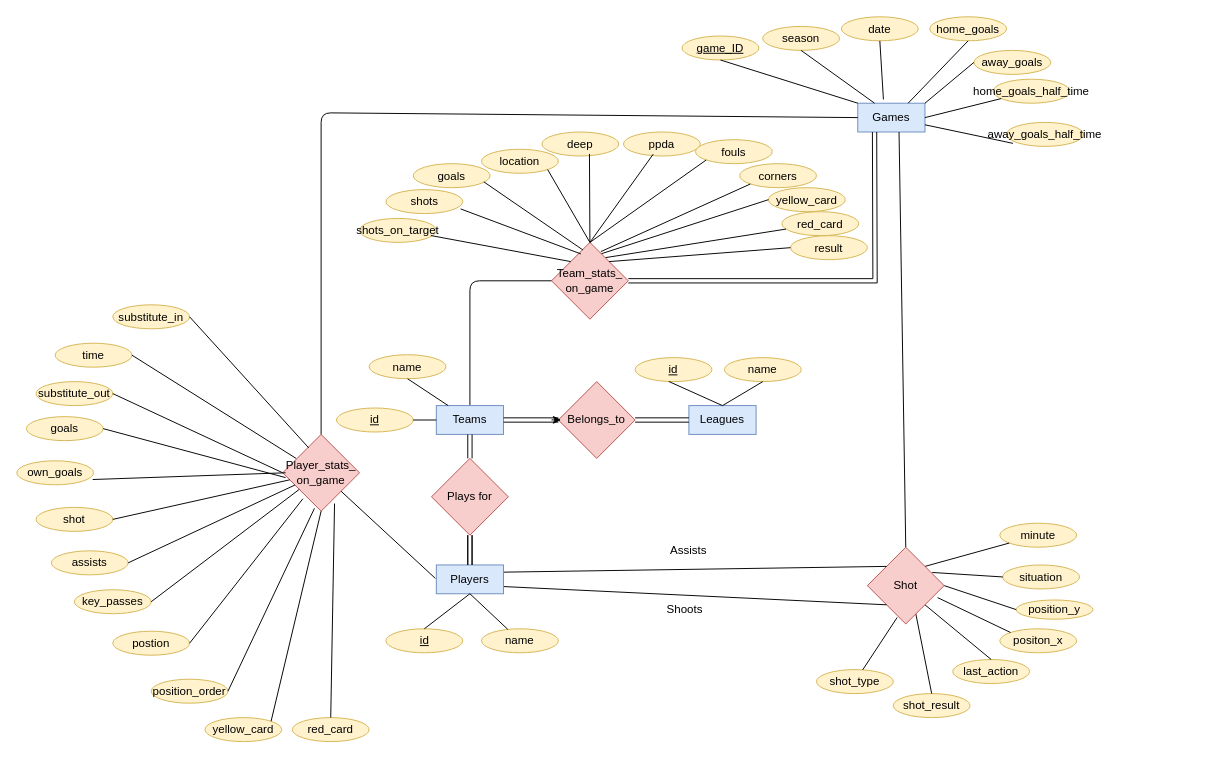
Earlier version of the draw.io diagram Main/Hito2.drawio (ricardo462/Proyecto-furbol). Source tidied: cells renumbered, new cells numbered last; positions are measured from the earlier drawing's top-left corner, leaving out a move shared by most shapes. Both pictures are drawn from the tidied source at 96%, with x=0, y=0 at pixel (16, 16).
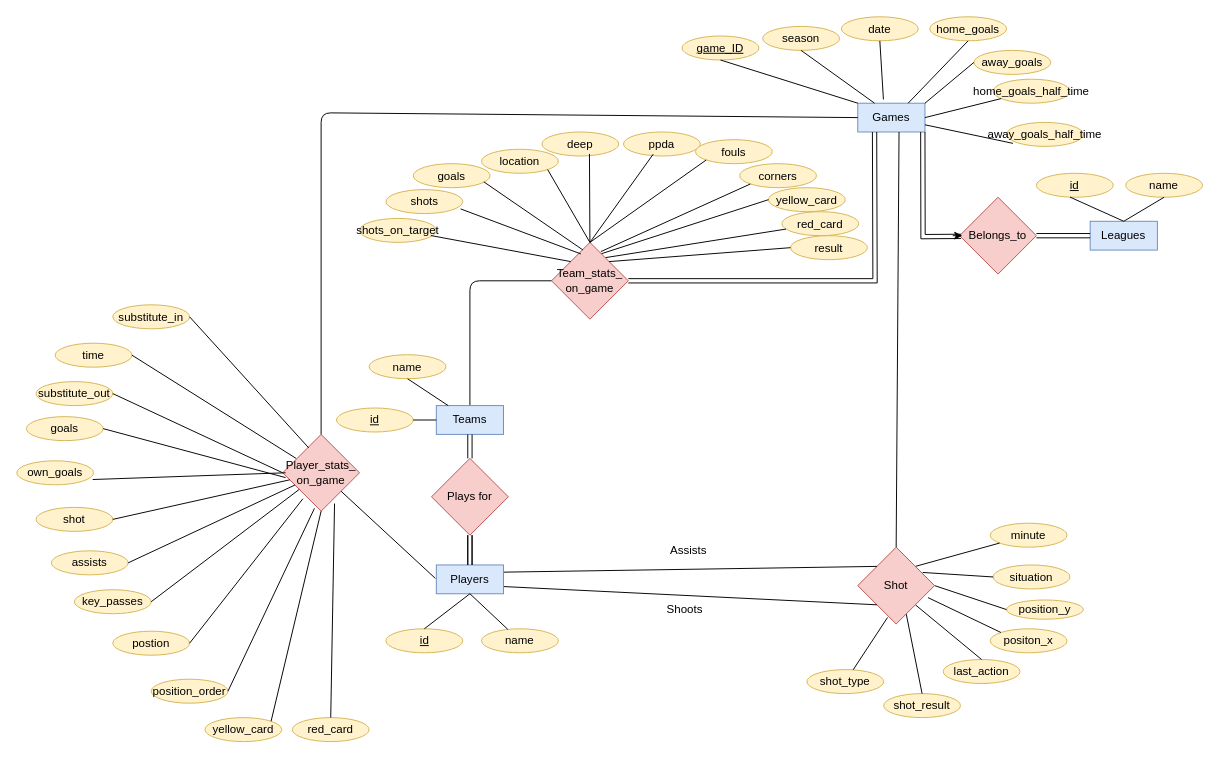
The same page after the edit.

The change refers to these unchanged cells:
```xml
<mxCell id="3" value="Games" style="rounded=0;whiteSpace=wrap;html=1;fillColor=#dae8fc;strokeColor=#6c8ebf;" parent="1" vertex="1">
  <mxGeometry x="876" y="90" width="70" height="30" as="geometry" />
</mxCell>
<mxCell id="97" value="Teams" style="rounded=0;whiteSpace=wrap;html=1;fillColor=#dae8fc;strokeColor=#6c8ebf;" parent="1" vertex="1">
  <mxGeometry x="437" y="405" width="70" height="30" as="geometry" />
</mxCell>
```

What changed in the source:
```diff
@@
-    <mxCell id="2" value="Leagues" style="rounded=0;whiteSpace=wrap;html=1;fillColor=#dae8fc;strokeColor=#6c8ebf;" parent="1" vertex="1">
-      <mxGeometry x="700.1" y="405" width="70" height="30" as="geometry" />
-    </mxCell>
@@
-    <mxCell id="4" value="name" style="ellipse;whiteSpace=wrap;html=1;fillColor=#fff2cc;strokeColor=#d6b656;" parent="1" vertex="1">
-      <mxGeometry x="737.1" y="355" width="80" height="25" as="geometry" />
-    </mxCell>
-    <mxCell id="5" style="endArrow=none;html=1;entryX=0.5;entryY=1;entryDx=0;entryDy=0;exitX=0.5;exitY=0;exitDx=0;exitDy=0;" parent="1" edge="1" source="2" target="4">
-      <mxGeometry relative="1" as="geometry" />
-    </mxCell>
@@
     <mxCell id="8" value="minute" style="ellipse;whiteSpace=wrap;html=1;fillColor=#fff2cc;strokeColor=#d6b656;" parent="1" vertex="1">
-      <mxGeometry x="1024" y="527.5" width="80" height="25" as="geometry" />
+      <mxGeometry x="1014" y="527.5" width="80" height="25" as="geometry" />
     </mxCell>
     <mxCell id="9" value="situation" style="ellipse;whiteSpace=wrap;html=1;fillColor=#fff2cc;strokeColor=#d6b656;" parent="1" vertex="1">
-      <mxGeometry x="1027" y="571" width="80" height="25" as="geometry" />
+      <mxGeometry x="1017" y="571" width="80" height="25" as="geometry" />
     </mxCell>
     <mxCell id="10" value="last_action" style="ellipse;whiteSpace=wrap;html=1;fillColor=#fff2cc;strokeColor=#d6b656;" parent="1" vertex="1">
-      <mxGeometry x="975" y="669.5" width="80" height="25" as="geometry" />
+      <mxGeometry x="965" y="669.5" width="80" height="25" as="geometry" />
     </mxCell>
     <mxCell id="11" value="shot_type" style="ellipse;whiteSpace=wrap;html=1;fillColor=#fff2cc;strokeColor=#d6b656;" parent="1" vertex="1">
-      <mxGeometry x="833" y="680" width="80" height="25" as="geometry" />
+      <mxGeometry x="823" y="680" width="80" height="25" as="geometry" />
     </mxCell>
     <mxCell id="12" value="shot_result" style="ellipse;whiteSpace=wrap;html=1;fillColor=#fff2cc;strokeColor=#d6b656;" parent="1" vertex="1">
-      <mxGeometry x="913" y="705" width="80" height="25" as="geometry" />
+      <mxGeometry x="903" y="705" width="80" height="25" as="geometry" />
     </mxCell>
     <mxCell id="13" value="positon_x" style="ellipse;whiteSpace=wrap;html=1;fillColor=#fff2cc;strokeColor=#d6b656;" parent="1" vertex="1">
-      <mxGeometry x="1024" y="637.5" width="80" height="25" as="geometry" />
+      <mxGeometry x="1014" y="637.5" width="80" height="25" as="geometry" />
     </mxCell>
     <mxCell id="14" value="position_y" style="ellipse;whiteSpace=wrap;html=1;fillColor=#fff2cc;strokeColor=#d6b656;" parent="1" vertex="1">
-      <mxGeometry x="1041" y="607.5" width="80" height="20" as="geometry" />
+      <mxGeometry x="1031" y="607.5" width="80" height="20" as="geometry" />
     </mxCell>
@@
     <mxCell id="65" value="Shot" style="rhombus;whiteSpace=wrap;html=1;fillColor=#f8cecc;strokeColor=#b85450;" parent="1" vertex="1">
-      <mxGeometry x="886" y="552.5" width="80" height="80" as="geometry" />
+      <mxGeometry x="876" y="552.5" width="80" height="80" as="geometry" />
     </mxCell>
@@
-    <mxCell id="96" value="Belongs_to" style="rhombus;whiteSpace=wrap;html=1;fillColor=#f8cecc;strokeColor=#b85450;" parent="1" vertex="1">
-      <mxGeometry x="564.1" y="380" width="80" height="80" as="geometry" />
-    </mxCell>
@@
-    <mxCell id="101" value="&lt;u&gt;id&lt;/u&gt;" style="ellipse;whiteSpace=wrap;html=1;fillColor=#fff2cc;strokeColor=#d6b656;" parent="1" vertex="1">
-      <mxGeometry x="644.1" y="355" width="80" height="25" as="geometry" />
-    </mxCell>
@@
-    <mxCell id="106" style="endArrow=none;html=1;rounded=0;entryX=0.5;entryY=0;entryDx=0;entryDy=0;exitX=0.438;exitY=0.994;exitDx=0;exitDy=0;exitPerimeter=0;" parent="1" edge="1" source="101" target="2">
-      <mxGeometry relative="1" as="geometry" />
-    </mxCell>
@@
+    <mxCell id="2" value="Leagues" style="rounded=0;whiteSpace=wrap;html=1;fillColor=#dae8fc;strokeColor=#6c8ebf;" parent="1" vertex="1">
+      <mxGeometry x="1118.1" y="213" width="70" height="30" as="geometry" />
+    </mxCell>
+    <mxCell id="4" value="name" style="ellipse;whiteSpace=wrap;html=1;fillColor=#fff2cc;strokeColor=#d6b656;" parent="1" vertex="1">
+      <mxGeometry x="1155.1" y="163" width="80" height="25" as="geometry" />
+    </mxCell>
+    <mxCell id="5" style="endArrow=none;html=1;entryX=0.5;entryY=1;entryDx=0;entryDy=0;exitX=0.5;exitY=0;exitDx=0;exitDy=0;" parent="1" edge="1" source="2" target="4">
+      <mxGeometry relative="1" as="geometry" />
+    </mxCell>
+    <mxCell id="96" value="Belongs_to" style="rhombus;whiteSpace=wrap;html=1;fillColor=#f8cecc;strokeColor=#b85450;" parent="1" vertex="1">
+      <mxGeometry x="982.1" y="188" width="80" height="80" as="geometry" />
+    </mxCell>
+    <mxCell id="101" value="&lt;u&gt;id&lt;/u&gt;" style="ellipse;whiteSpace=wrap;html=1;fillColor=#fff2cc;strokeColor=#d6b656;" parent="1" vertex="1">
+      <mxGeometry x="1062.1" y="163" width="80" height="25" as="geometry" />
+    </mxCell>
+    <mxCell id="106" style="endArrow=none;html=1;rounded=0;entryX=0.5;entryY=0;entryDx=0;entryDy=0;exitX=0.438;exitY=0.994;exitDx=0;exitDy=0;exitPerimeter=0;" parent="1" edge="1" source="101" target="2">
+      <mxGeometry relative="1" as="geometry" />
+    </mxCell>
@@
-    <mxCell id="111" style="edgeStyle=none;shape=link;rounded=0;jettySize=auto;html=1;endArrow=none;endFill=0;strokeColor=#000000;entryX=1;entryY=0.5;entryDx=0;entryDy=0;width=4.482758620689655;exitX=0;exitY=0.5;exitDx=0;exitDy=0;" parent="1" edge="1" source="96" target="97">
-      <mxGeometry relative="1" as="geometry" />
-    </mxCell>
-    <mxCell id="112" style="endArrow=classic;html=1;rounded=0;" parent="1" edge="1">
-      <mxGeometry relative="1" as="geometry">
-        <mxPoint x="557" y="419.9" as="sourcePoint" />
-        <mxPoint x="567" y="419.9" as="targetPoint" />
-        <Array as="points">
-          <mxPoint x="557" y="419.9" />
-        </Array>
-      </mxGeometry>
-    </mxCell>
+    <mxCell id="113" style="endArrow=classic;html=1;rounded=0;" parent="1" edge="1">
+      <mxGeometry relative="1" as="geometry">
+        <mxPoint x="975" y="228" as="sourcePoint" />
+        <mxPoint x="985" y="228" as="targetPoint" />
+        <Array as="points">
+          <mxPoint x="975" y="228" />
+        </Array>
+      </mxGeometry>
+    </mxCell>
+    <mxCell id="114" style="edgeStyle=none;shape=link;rounded=0;jettySize=auto;html=1;endArrow=none;endFill=0;strokeColor=#000000;entryX=0.968;entryY=1;entryDx=0;entryDy=0;width=4.482758620689655;exitX=0.017;exitY=0.509;exitDx=0;exitDy=0;exitPerimeter=0;entryPerimeter=0;" parent="1" edge="1" source="96" target="3">
+      <mxGeometry relative="1" as="geometry">
+        <Array as="points">
+          <mxPoint x="944" y="229" />
+        </Array>
+      </mxGeometry>
+    </mxCell>
```
